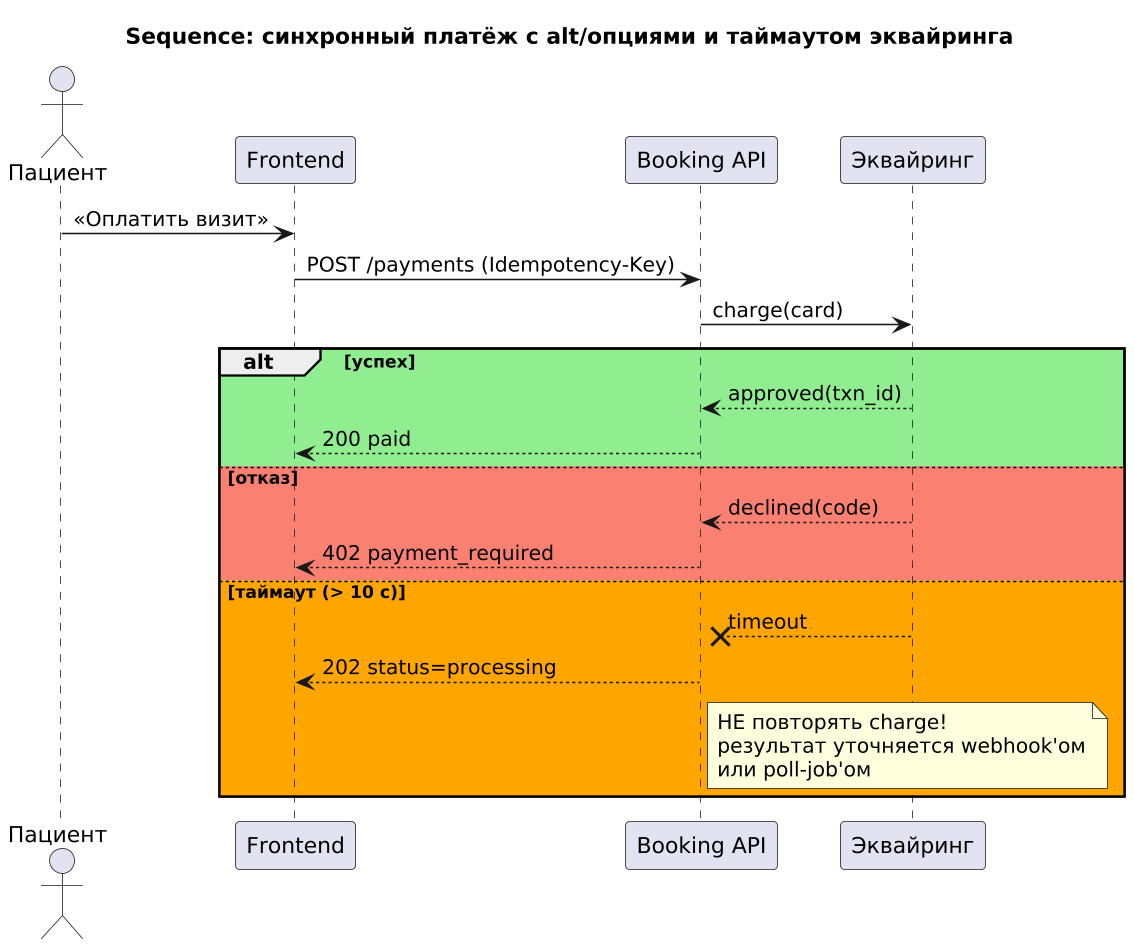
Before: images_m2/m2_02_sequence_sync.png, a diagram exported from PlantUML (maedodo11/fullstack-system-analyst). Its source is kept beside it as puml_m2/m2_02_sequence_sync.puml.
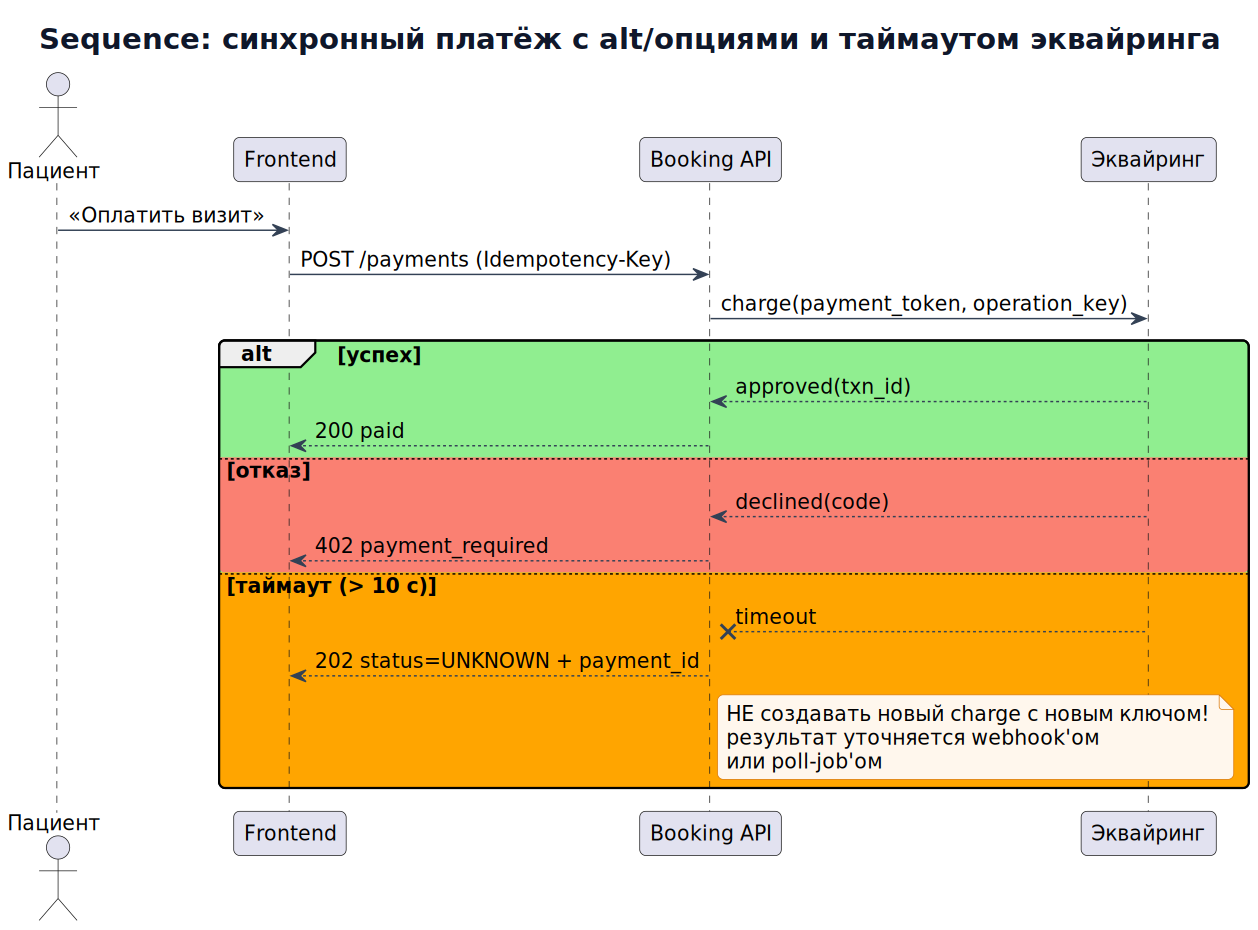
The same file after the commit.

Change to the diagram source:
```diff
@@ -1,14 +1,23 @@
 @startuml m2_02_sequence_sync
+skinparam defaultFontName "DejaVu Sans"
+skinparam defaultFontSize 14
+skinparam backgroundColor #FFFFFF
+skinparam shadowing false
+skinparam roundcorner 8
+skinparam ArrowColor #334155
+skinparam titleFontColor #0F172A
+skinparam titleFontSize 20
+skinparam noteBackgroundColor #FFF7ED
+skinparam noteBorderColor #D97706
+skinparam dpi 140
 title Sequence: синхронный платёж с alt/опциями и таймаутом эквайринга
-!pragma layout smetana
-skinparam defaultFontName "DejaVu Sans"
 actor Пациент
 participant "Frontend" as FE
 participant "Booking API" as API
 participant "Эквайринг" as PAY
 Пациент -> FE : «Оплатить визит»
 FE -> API : POST /payments (Idempotency-Key)
-API -> PAY : charge(card)
+API -> PAY : charge(payment_token, operation_key)
 alt #LightGreen успех
   PAY --> API : approved(txn_id)
   API --> FE : 200 paid
@@ -17,7 +26,7 @@
   API --> FE : 402 payment_required
 else #Orange таймаут (> 10 c)
   PAY --x API : timeout
-  API --> FE : 202 status=processing
-  note right of API : НЕ повторять charge!\nрезультат уточняется webhook'ом\nили poll-job'ом
+  API --> FE : 202 status=UNKNOWN + payment_id
+  note right of API : НЕ создавать новый charge с новым ключом!\nрезультат уточняется webhook'ом\nили poll-job'ом
 end
 @enduml
```
